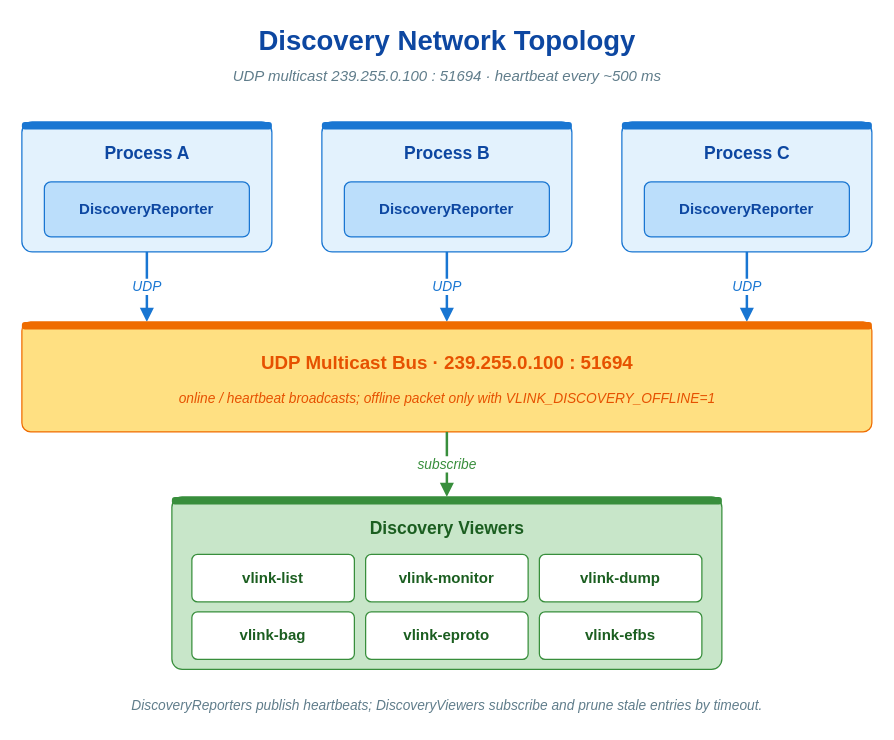
thun-res/vlink keeps this draw.io diagram as doc/images/discovery-network.drawio. Above is the earlier version. Source tidied: cells renumbered, new cells numbered last; positions are measured from the earlier drawing's top-left corner, leaving out a move shared by most shapes. Both pictures are drawn from the tidied source at 125%, with x=0, y=0 at pixel (21, 21).
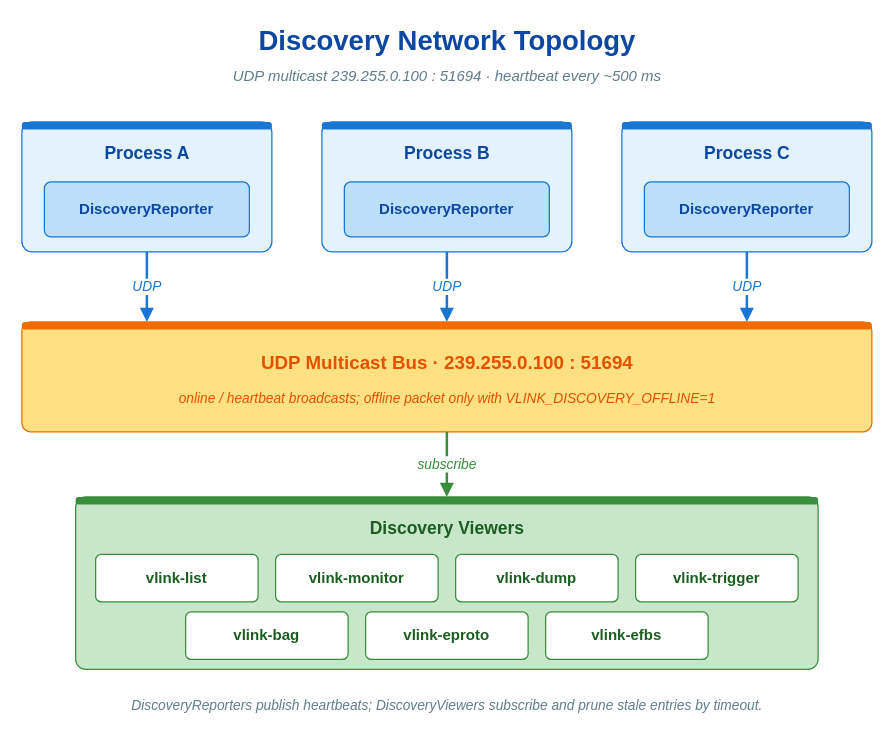
After the change.

Diff of the diagram source:
```diff
@@
     <mxCell id="24" style="rounded=1;whiteSpace=wrap;html=1;fillColor=#c8e6c9;strokeColor=#388e3c;fontFamily=Helvetica;arcSize=6;shadow=0;" parent="1" vertex="1">
-      <mxGeometry x="120" y="380" width="440" height="138" as="geometry" />
+      <mxGeometry x="43" y="380" width="594" height="138" as="geometry" />
     </mxCell>
     <mxCell id="25" style="rounded=1;whiteSpace=wrap;html=1;fillColor=#388e3c;strokeColor=none;arcSize=40;shadow=0;" parent="1" vertex="1">
-      <mxGeometry x="120" y="380" width="440" height="6" as="geometry" />
+      <mxGeometry x="43" y="380" width="594" height="6" as="geometry" />
     </mxCell>
     <mxCell id="26" value="Discovery Viewers" style="text;html=1;align=center;verticalAlign=middle;strokeColor=none;fillColor=none;fontFamily=Helvetica;fontSize=14;fontStyle=1;fontColor=#1b5e20;" parent="1" vertex="1">
-      <mxGeometry x="120" y="394" width="440" height="22" as="geometry" />
+      <mxGeometry x="43" y="394" width="594" height="22" as="geometry" />
     </mxCell>
     <mxCell id="27" value="vlink-list" style="rounded=1;whiteSpace=wrap;html=1;fillColor=#ffffff;strokeColor=#388e3c;fontSize=12;fontFamily=Helvetica;fontStyle=1;fontColor=#1b5e20;shadow=0;arcSize=12;" parent="1" vertex="1">
-      <mxGeometry x="136" y="426" width="130" height="38" as="geometry" />
+      <mxGeometry x="59" y="426" width="130" height="38" as="geometry" />
     </mxCell>
     <mxCell id="28" value="vlink-monitor" style="rounded=1;whiteSpace=wrap;html=1;fillColor=#ffffff;strokeColor=#388e3c;fontSize=12;fontFamily=Helvetica;fontStyle=1;fontColor=#1b5e20;shadow=0;arcSize=12;" parent="1" vertex="1">
-      <mxGeometry x="275" y="426" width="130" height="38" as="geometry" />
+      <mxGeometry x="203" y="426" width="130" height="38" as="geometry" />
     </mxCell>
     <mxCell id="29" value="vlink-dump" style="rounded=1;whiteSpace=wrap;html=1;fillColor=#ffffff;strokeColor=#388e3c;fontSize=12;fontFamily=Helvetica;fontStyle=1;fontColor=#1b5e20;shadow=0;arcSize=12;" parent="1" vertex="1">
-      <mxGeometry x="414" y="426" width="130" height="38" as="geometry" />
+      <mxGeometry x="347" y="426" width="130" height="38" as="geometry" />
     </mxCell>
+    <mxCell id="34" value="vlink-trigger" style="rounded=1;whiteSpace=wrap;html=1;fillColor=#ffffff;strokeColor=#388e3c;fontSize=12;fontFamily=Helvetica;fontStyle=1;fontColor=#1b5e20;shadow=0;arcSize=12;" parent="1" vertex="1">
+      <mxGeometry x="491" y="426" width="130" height="38" as="geometry" />
+    </mxCell>
     <mxCell id="30" value="vlink-bag" style="rounded=1;whiteSpace=wrap;html=1;fillColor=#ffffff;strokeColor=#388e3c;fontSize=12;fontFamily=Helvetica;fontStyle=1;fontColor=#1b5e20;shadow=0;arcSize=12;" parent="1" vertex="1">
-      <mxGeometry x="136" y="472" width="130" height="38" as="geometry" />
+      <mxGeometry x="131" y="472" width="130" height="38" as="geometry" />
     </mxCell>
@@
     <mxCell id="32" value="vlink-efbs" style="rounded=1;whiteSpace=wrap;html=1;fillColor=#ffffff;strokeColor=#388e3c;fontSize=12;fontFamily=Helvetica;fontStyle=1;fontColor=#1b5e20;shadow=0;arcSize=12;" parent="1" vertex="1">
-      <mxGeometry x="414" y="472" width="130" height="38" as="geometry" />
+      <mxGeometry x="419" y="472" width="130" height="38" as="geometry" />
     </mxCell>
```
